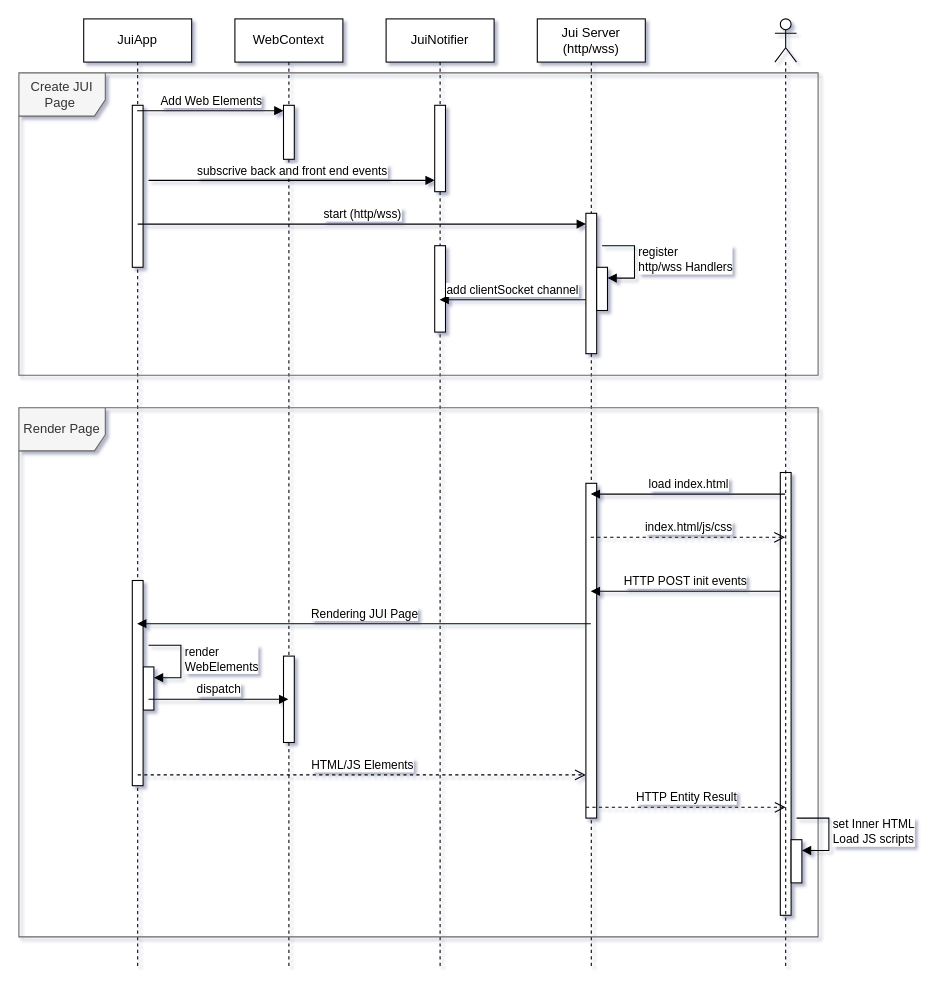
Earlier version of the draw.io diagram page "JUI Page life-cycle" (2 of 3) of assets/jui.drawio (mwzero/jui). Source tidied: cells renumbered, new cells numbered last; positions are measured from the earlier drawing's top-left corner, leaving out a move shared by most shapes. Both pictures are drawn from the tidied source at 108%, with x=0, y=0 at pixel (18, 18).
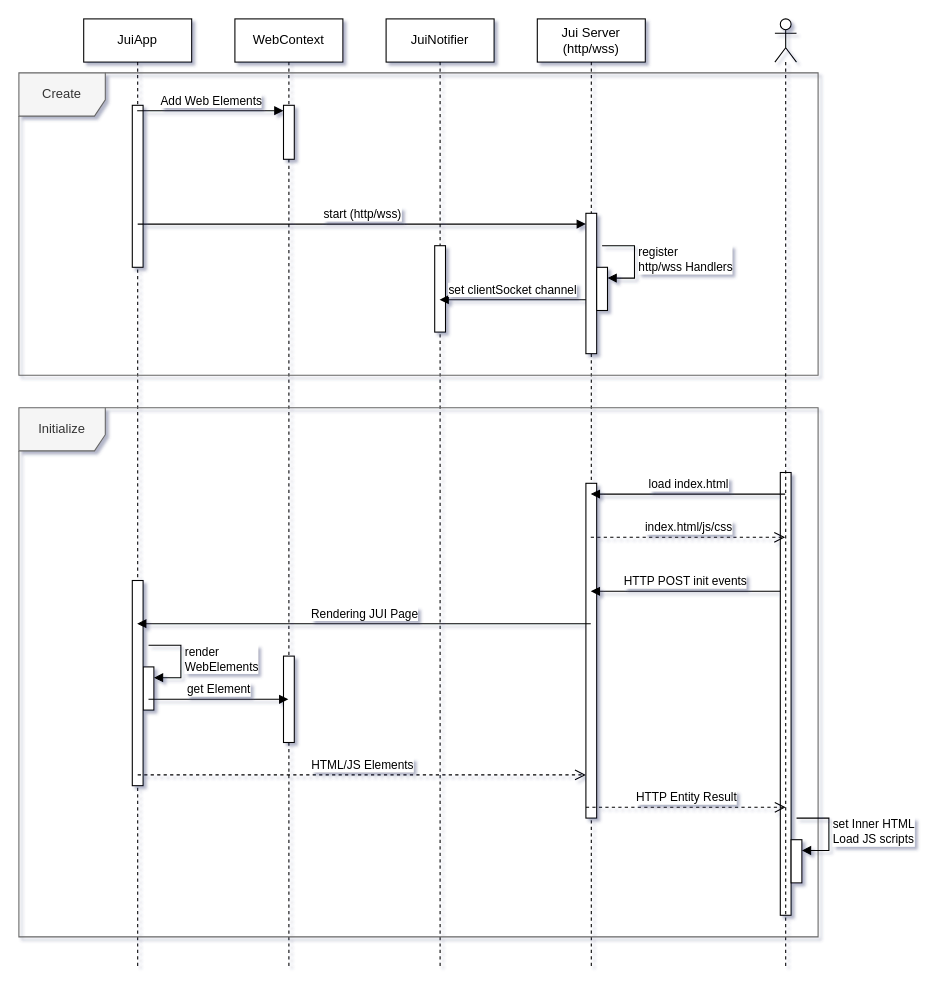
After the change.

The change refers to these unchanged cells:
```xml
<mxCell id="7" value="Jui Server&lt;div&gt;(http/wss)&lt;/div&gt;" style="shape=umlLifeline;perimeter=lifelinePerimeter;whiteSpace=wrap;html=1;newEdgeStyle={&quot;curved&quot;:0,&quot;rounded&quot;:0};" parent="1" vertex="1">
  <mxGeometry x="480" width="100" height="880" as="geometry" />
</mxCell>
<mxCell id="20" value="JuiNotifier" style="shape=umlLifeline;perimeter=lifelinePerimeter;whiteSpace=wrap;html=1;newEdgeStyle={&quot;curved&quot;:0,&quot;rounded&quot;:0};" parent="1" vertex="1">
  <mxGeometry x="340" width="100" height="880" as="geometry" />
</mxCell>
<mxCell id="26" style="html=1;points=[[0,0,0,0,5],[0,1,0,0,-5],[1,0,0,0,5],[1,1,0,0,-5]];perimeter=orthogonalPerimeter;outlineConnect=0;targetShapes=umlLifeline;portConstraint=eastwest;newEdgeStyle={&quot;curved&quot;:0,&quot;rounded&quot;:0};" parent="1" vertex="1">
  <mxGeometry x="525" y="180" width="10" height="130" as="geometry" />
</mxCell>
```

Change to the diagram source:
```diff
@@
-    <mxCell id="18" value="dispatch" style="html=1;verticalAlign=bottom;endArrow=block;curved=0;rounded=0;" parent="7" edge="1">
+    <mxCell id="18" value="get Element" style="html=1;verticalAlign=bottom;endArrow=block;curved=0;rounded=0;" parent="7" edge="1">
       <mxGeometry relative="1" as="geometry">
         <mxPoint x="-360" y="630" as="sourcePoint" />
         <mxPoint x="-230.5" y="630" as="targetPoint" />
       </mxGeometry>
     </mxCell>
@@
-    <mxCell id="21" style="html=1;points=[[0,0,0,0,5],[0,1,0,0,-5],[1,0,0,0,5],[1,1,0,0,-5]];perimeter=orthogonalPerimeter;outlineConnect=0;targetShapes=umlLifeline;portConstraint=eastwest;newEdgeStyle={&quot;curved&quot;:0,&quot;rounded&quot;:0};" parent="20" vertex="1">
-      <mxGeometry x="45" y="80" width="10" height="80" as="geometry" />
-    </mxCell>
@@
-    <mxCell id="23" value="add clientSocket channel" style="html=1;verticalAlign=bottom;endArrow=block;curved=0;rounded=0;" parent="1" edge="1" source="26">
+    <mxCell id="23" value="set clientSocket channel" style="html=1;verticalAlign=bottom;endArrow=block;curved=0;rounded=0;" parent="1" edge="1" source="26">
       <mxGeometry relative="1" as="geometry">
         <mxPoint x="389.5" y="260" as="targetPoint" />
       </mxGeometry>
     </mxCell>
-    <mxCell id="24" value="Create JUI Page&amp;nbsp;" style="shape=umlFrame;whiteSpace=wrap;html=1;fillColor=#f5f5f5;fontColor=#333333;strokeColor=#666666;width=80;height=40;" parent="1" vertex="1">
+    <mxCell id="24" value="Create" style="shape=umlFrame;whiteSpace=wrap;html=1;fillColor=#f5f5f5;fontColor=#333333;strokeColor=#666666;width=80;height=40;" parent="1" vertex="1">
       <mxGeometry y="50" width="740" height="280" as="geometry" />
     </mxCell>
-    <mxCell id="25" value="subscrive back and front end events" style="html=1;verticalAlign=bottom;endArrow=block;curved=0;rounded=0;" parent="1" edge="1" target="21">
-      <mxGeometry relative="1" as="geometry">
-        <mxPoint x="120" y="149.5" as="sourcePoint" />
-      </mxGeometry>
-    </mxCell>
@@
-    <mxCell id="30" value="Render Page" style="shape=umlFrame;whiteSpace=wrap;html=1;fillColor=#f5f5f5;fontColor=#333333;strokeColor=#666666;width=80;height=40;" parent="1" vertex="1">
+    <mxCell id="30" value="Initialize" style="shape=umlFrame;whiteSpace=wrap;html=1;fillColor=#f5f5f5;fontColor=#333333;strokeColor=#666666;width=80;height=40;" parent="1" vertex="1">
       <mxGeometry y="360" width="740" height="490" as="geometry" />
     </mxCell>
```
